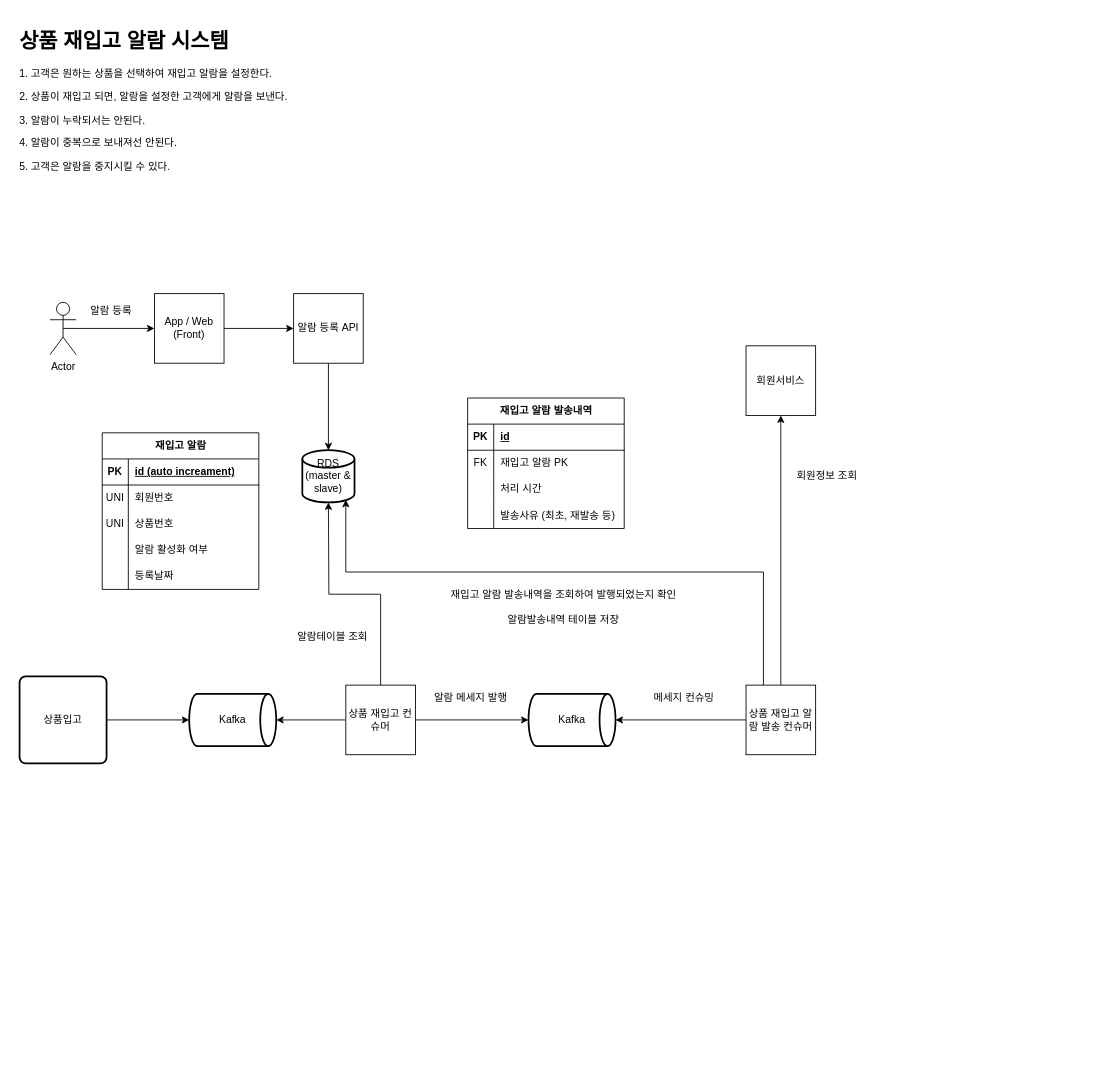
Before: drawio/상품_재입고_알람_시스템.drawio in junho3/practice-system-design, a draw.io diagram. Source tidied: cells renumbered, new cells numbered last; positions are measured from the earlier drawing's top-left corner, leaving out a move shared by most shapes. Both pictures are drawn from the tidied source at 87%, with x=0, y=0 at pixel (15, 23).
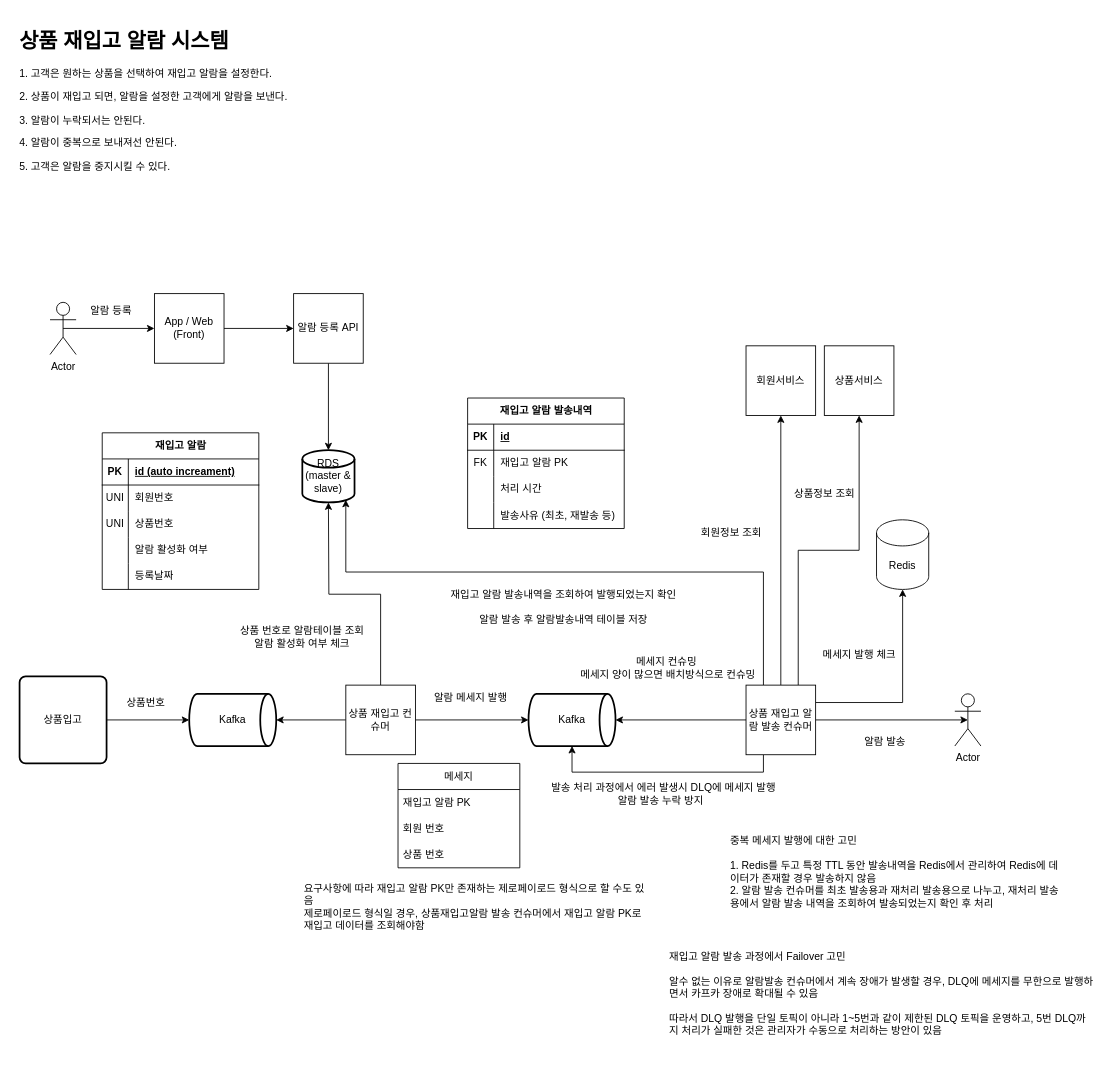
Above is the later version.

Commit message (it also covers changes not shown here):
상품_재입고_알람_시스템.drawio 업데이트

Unchanged cells that the change refers to:
```xml
<mxCell id="35" value="Kafka" style="strokeWidth=2;html=1;shape=mxgraph.flowchart.direct_data;whiteSpace=wrap;" parent="1" vertex="1">
  <mxGeometry x="590" y="770" width="100" height="60" as="geometry" />
</mxCell>
<mxCell id="40" value="상품 재입고 알람 발송 컨슈머" style="whiteSpace=wrap;html=1;" parent="1" vertex="1">
  <mxGeometry x="840" y="760" width="80" height="80" as="geometry" />
</mxCell>
```

What changed in the source:
```diff
@@
-    <mxCell id="34" value="알람테이블 조회" style="text;html=1;strokeColor=none;fillColor=none;align=center;verticalAlign=middle;whiteSpace=wrap;rounded=0;" parent="1" vertex="1">
-      <mxGeometry x="320" y="690" width="90" height="30" as="geometry" />
+    <mxCell id="34" value="상품 번호로 알람테이블 조회&lt;br&gt;알람 활성화 여부 체크" style="text;html=1;strokeColor=none;fillColor=none;align=center;verticalAlign=middle;whiteSpace=wrap;rounded=0;" parent="1" vertex="1">
+      <mxGeometry x="250" y="690" width="160" height="30" as="geometry" />
     </mxCell>
@@
+    <mxCell id="58" style="edgeStyle=orthogonalEdgeStyle;rounded=0;jettySize=auto;html=1;exitX=0.25;exitY=1;exitDx=0;exitDy=0;entryX=0.5;entryY=1;entryDx=0;entryDy=0;entryPerimeter=0;" parent="1" edge="1" source="40" target="35">
+      <mxGeometry relative="1" as="geometry" />
+    </mxCell>
+    <mxCell id="59" style="edgeStyle=orthogonalEdgeStyle;rounded=0;jettySize=auto;html=1;exitX=1;exitY=0.5;exitDx=0;exitDy=0;entryX=0.5;entryY=0.5;entryDx=0;entryDy=0;entryPerimeter=0;" parent="1" edge="1" source="40" target="63">
+      <mxGeometry relative="1" as="geometry" />
+    </mxCell>
+    <mxCell id="60" style="edgeStyle=orthogonalEdgeStyle;rounded=0;jettySize=auto;html=1;exitX=0.75;exitY=0;exitDx=0;exitDy=0;entryX=0.5;entryY=1;entryDx=0;entryDy=0;" parent="1" edge="1" source="40" target="73">
+      <mxGeometry relative="1" as="geometry" />
+    </mxCell>
+    <mxCell id="61" style="edgeStyle=orthogonalEdgeStyle;rounded=0;jettySize=auto;html=1;exitX=1;exitY=0.25;exitDx=0;exitDy=0;entryX=0.5;entryY=1;entryDx=0;entryDy=0;entryPerimeter=0;" parent="1" edge="1" source="40" target="67">
+      <mxGeometry relative="1" as="geometry" />
+    </mxCell>
@@
     <mxCell id="42" value="회원정보 조회&amp;nbsp;" style="text;html=1;strokeColor=none;fillColor=none;align=center;verticalAlign=middle;whiteSpace=wrap;rounded=0;" parent="1" vertex="1">
-      <mxGeometry x="890" y="505" width="90" height="30" as="geometry" />
+      <mxGeometry x="780" y="570" width="90" height="30" as="geometry" />
     </mxCell>
@@
-    <mxCell id="56" value="재입고 알람 발송내역을 조회하여 발행되었는지 확인&lt;br&gt;&lt;br&gt;알람발송내역 테이블 저장" style="text;html=1;align=center;verticalAlign=middle;strokeColor=none;fillColor=none;" parent="1" vertex="1">
+    <mxCell id="56" value="재입고 알람 발송내역을 조회하여 발행되었는지 확인&lt;br&gt;&lt;br&gt;알람 발송 후 알람발송내역 테이블 저장" style="text;html=1;align=center;verticalAlign=middle;strokeColor=none;fillColor=none;" parent="1" vertex="1">
       <mxGeometry x="490" y="640" width="280" height="60" as="geometry" />
     </mxCell>
-    <mxCell id="57" value="메세지 컨슈밍&amp;nbsp;" style="text;html=1;align=center;verticalAlign=middle;strokeColor=none;fillColor=none;" parent="1" vertex="1">
-      <mxGeometry x="720" y="760" width="100" height="30" as="geometry" />
+    <mxCell id="57" value="메세지 컨슈밍&amp;nbsp;&lt;br&gt;메세지 양이 많으면 배치방식으로 컨슈밍" style="text;html=1;align=center;verticalAlign=middle;strokeColor=none;fillColor=none;" parent="1" vertex="1">
+      <mxGeometry x="640" y="720" width="220" height="40" as="geometry" />
     </mxCell>
+    <mxCell id="62" value="발송 처리 과정에서 에러 발생시 DLQ에 메세지 발행&lt;br&gt;알람 발송 누락 방지&amp;nbsp;&amp;nbsp;" style="text;html=1;align=center;verticalAlign=middle;strokeColor=none;fillColor=none;" parent="1" vertex="1">
+      <mxGeometry x="605" y="865" width="280" height="40" as="geometry" />
+    </mxCell>
+    <mxCell id="63" value="Actor" style="shape=umlActor;verticalLabelPosition=bottom;verticalAlign=top;html=1;outlineConnect=0;" parent="1" vertex="1">
+      <mxGeometry x="1080" y="770" width="30" height="60" as="geometry" />
+    </mxCell>
+    <mxCell id="64" value="알람 발송" style="text;html=1;strokeColor=none;fillColor=none;align=center;verticalAlign=middle;whiteSpace=wrap;rounded=0;" parent="1" vertex="1">
+      <mxGeometry x="970" y="810" width="60" height="30" as="geometry" />
+    </mxCell>
+    <mxCell id="65" value="상품번호" style="text;html=1;align=center;verticalAlign=middle;strokeColor=none;fillColor=none;" parent="1" vertex="1">
+      <mxGeometry x="115" y="765" width="70" height="30" as="geometry" />
+    </mxCell>
+    <mxCell id="66" value="&lt;div style=&quot;&quot;&gt;중복 메세지 발행에 대한 고민&lt;/div&gt;&lt;div style=&quot;&quot;&gt;&lt;br&gt;&lt;/div&gt;&lt;div style=&quot;&quot;&gt;1. Redis를 두고 특정 TTL 동안 발송내역을 Redis에서 관리하여 Redis에 데이터가 존재할 경우 발송하지 않음&lt;/div&gt;&lt;div style=&quot;&quot;&gt;2. 알람 발송 컨슈머를 최초 발송용과 재처리 발송용으로 나누고, 재처리 발송용에서 알람 발송 내역을 조회하여 발송되었는지 확인 후 처리&lt;/div&gt;" style="text;html=1;strokeColor=none;fillColor=none;align=left;verticalAlign=middle;whiteSpace=wrap;rounded=0;" parent="1" vertex="1">
+      <mxGeometry x="820" y="910" width="380" height="130" as="geometry" />
+    </mxCell>
+    <mxCell id="67" value="Redis" style="shape=cylinder3;whiteSpace=wrap;html=1;boundedLbl=1;backgroundOutline=1;size=15;" parent="1" vertex="1">
+      <mxGeometry x="990" y="570" width="60" height="80" as="geometry" />
+    </mxCell>
+    <mxCell id="68" value="메세지 발행 체크" style="text;html=1;align=center;verticalAlign=middle;strokeColor=none;fillColor=none;" parent="1" vertex="1">
+      <mxGeometry x="915" y="710" width="110" height="30" as="geometry" />
+    </mxCell>
+    <mxCell id="69" value="메세지" style="swimlane;fontStyle=0;horizontal=1;startSize=30;whiteSpace=wrap;html=1;" parent="1" vertex="1">
+      <mxGeometry x="440" y="850" width="140" height="120" as="geometry" />
+    </mxCell>
+    <mxCell id="70" value="재입고 알람 PK" style="text;strokeColor=none;fillColor=none;align=left;verticalAlign=middle;spacingLeft=4;spacingRight=4;overflow=hidden;whiteSpace=wrap;html=1;" parent="69" vertex="1">
+      <mxGeometry y="30" width="140" height="30" as="geometry" />
+    </mxCell>
+    <mxCell id="71" value="회원 번호" style="text;strokeColor=none;fillColor=none;align=left;verticalAlign=middle;spacingLeft=4;spacingRight=4;overflow=hidden;whiteSpace=wrap;html=1;" parent="69" vertex="1">
+      <mxGeometry y="60" width="140" height="30" as="geometry" />
+    </mxCell>
+    <mxCell id="72" value="상품 번호&amp;nbsp;" style="text;strokeColor=none;fillColor=none;align=left;verticalAlign=middle;spacingLeft=4;spacingRight=4;overflow=hidden;whiteSpace=wrap;html=1;" parent="69" vertex="1">
+      <mxGeometry y="90" width="140" height="30" as="geometry" />
+    </mxCell>
+    <mxCell id="73" value="상품서비스" style="whiteSpace=wrap;html=1;" parent="1" vertex="1">
+      <mxGeometry x="930" y="370" width="80" height="80" as="geometry" />
+    </mxCell>
+    <mxCell id="74" value="상품정보 조회" style="text;html=1;align=center;verticalAlign=middle;strokeColor=none;fillColor=none;" parent="1" vertex="1">
+      <mxGeometry x="885" y="525" width="90" height="30" as="geometry" />
+    </mxCell>
+    <mxCell id="75" value="요구사항에 따라 재입고 알람 PK만 존재하는 제로페이로드 형식으로 할 수도 있음&lt;br&gt;제로페이로드 형식일 경우, 상품재입고알람 발송 컨슈머에서 재입고 알람 PK로 재입고 데이터를 조회해야함&amp;nbsp;" style="text;html=1;strokeColor=none;fillColor=none;align=left;verticalAlign=middle;whiteSpace=wrap;rounded=0;" parent="1" vertex="1">
+      <mxGeometry x="330" y="980" width="400" height="70" as="geometry" />
+    </mxCell>
+    <mxCell id="76" value="재입고 알람 발송 과정에서 Failover 고민&lt;br&gt;&lt;br&gt;알수 없는 이유로 알람발송 컨슈머에서 계속 장애가 발생할 경우, DLQ에 메세지를 무한으로 발행하면서 카프카 장애로 확대될 수 있음&lt;br&gt;&lt;br&gt;따라서 DLQ 발행을 단일 토픽이 아니라 1~5번과 같이 제한된 DLQ 토픽을 운영하고, 5번 DLQ까지 처리가 실패한 것은 관리자가 수동으로 처리하는 방안이 있음" style="text;html=1;strokeColor=none;fillColor=none;align=left;verticalAlign=middle;whiteSpace=wrap;rounded=0;" parent="1" vertex="1">
+      <mxGeometry x="750" y="1050" width="490" height="130" as="geometry" />
+    </mxCell>
```
